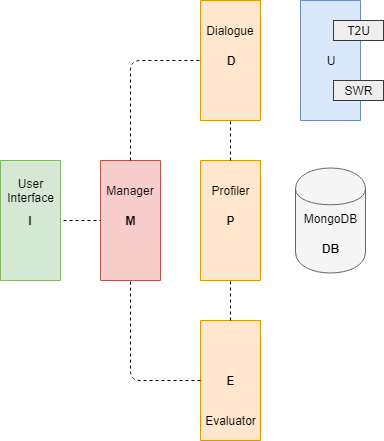
Earlier version of the draw.io export Report/images/leonardo-architeture.png (diisnc/Dialog_Agent_1819). Source tidied: cells renumbered, new cells last; positions are measured from the earlier drawing's top-left corner, leaving out a move shared by most shapes. The source it was exported from:
```xml
<mxGraphModel>
  <root>
    <mxCell id="0" />
    <mxCell id="1" parent="0" />
    <mxCell id="2" style="shape=cylinder;whiteSpace=wrap;html=1;boundedLbl=1;backgroundOutline=1;fillColor=#f5f5f5;strokeColor=#666666;fontColor=#333333;" parent="1" vertex="1">
      <mxGeometry x="325" y="147.5" width="70" height="105" as="geometry" />
    </mxCell>
    <mxCell id="3" style="rounded=0;whiteSpace=wrap;html=1;rotation=90;fillColor=#d5e8d4;strokeColor=#82b366;" parent="1" vertex="1">
      <mxGeometry y="170" width="120" height="60" as="geometry" />
    </mxCell>
    <mxCell id="4" style="rounded=0;whiteSpace=wrap;html=1;rotation=90;fillColor=#f8cecc;strokeColor=#b85450;" parent="1" vertex="1">
      <mxGeometry x="100" y="170" width="120" height="60" as="geometry" />
    </mxCell>
    <mxCell id="5" style="rounded=0;whiteSpace=wrap;html=1;rotation=90;fillColor=#ffe6cc;strokeColor=#d79b00;" parent="1" vertex="1">
      <mxGeometry x="200" y="170" width="120" height="60" as="geometry" />
    </mxCell>
    <mxCell id="6" style="rounded=0;whiteSpace=wrap;html=1;rotation=90;fillColor=#ffe6cc;strokeColor=#d79b00;" parent="1" vertex="1">
      <mxGeometry x="200" y="10" width="120" height="60" as="geometry" />
    </mxCell>
    <mxCell id="7" style="rounded=0;whiteSpace=wrap;html=1;rotation=90;fillColor=#ffe6cc;strokeColor=#d79b00;" parent="1" vertex="1">
      <mxGeometry x="200" y="330" width="120" height="60" as="geometry" />
    </mxCell>
    <mxCell id="8" style="rounded=0;whiteSpace=wrap;html=1;rotation=90;fillColor=#dae8fc;strokeColor=#6c8ebf;" parent="1" vertex="1">
      <mxGeometry x="300" y="10" width="120" height="60" as="geometry" />
    </mxCell>
    <mxCell id="9" value="I" style="text;html=1;strokeColor=none;fillColor=none;align=center;verticalAlign=middle;whiteSpace=wrap;rounded=0;fontStyle=1;" parent="1" vertex="1">
      <mxGeometry x="40" y="190" width="40" height="20" as="geometry" />
    </mxCell>
    <mxCell id="10" value="M" style="text;html=1;strokeColor=none;fillColor=none;align=center;verticalAlign=middle;whiteSpace=wrap;rounded=0;fontStyle=1;" parent="1" vertex="1">
      <mxGeometry x="140" y="190" width="40" height="20" as="geometry" />
    </mxCell>
    <mxCell id="11" value="P" style="text;html=1;strokeColor=none;fillColor=none;align=center;verticalAlign=middle;whiteSpace=wrap;rounded=0;fontStyle=1;" parent="1" vertex="1">
      <mxGeometry x="240" y="190" width="40" height="20" as="geometry" />
    </mxCell>
    <mxCell id="12" value="D" style="text;html=1;strokeColor=none;fillColor=none;align=center;verticalAlign=middle;whiteSpace=wrap;rounded=0;fontStyle=1;" parent="1" vertex="1">
      <mxGeometry x="240" y="30" width="40" height="20" as="geometry" />
    </mxCell>
    <mxCell id="13" value="E" style="text;html=1;strokeColor=none;fillColor=none;align=center;verticalAlign=middle;whiteSpace=wrap;rounded=0;fontStyle=1;" parent="1" vertex="1">
      <mxGeometry x="240" y="350" width="40" height="20" as="geometry" />
    </mxCell>
    <mxCell id="14" value="U" style="text;html=1;strokeColor=none;fillColor=none;align=center;verticalAlign=middle;whiteSpace=wrap;rounded=0;" parent="1" vertex="1">
      <mxGeometry x="340" y="30" width="40" height="20" as="geometry" />
    </mxCell>
    <mxCell id="15" value="DB" style="text;html=1;strokeColor=none;fillColor=none;align=center;verticalAlign=middle;whiteSpace=wrap;rounded=0;fontStyle=1;" parent="1" vertex="1">
      <mxGeometry x="340" y="217.5" width="40" height="20" as="geometry" />
    </mxCell>
    <mxCell id="16" value="User Interface" style="text;html=1;strokeColor=none;fillColor=none;align=center;verticalAlign=middle;whiteSpace=wrap;rounded=0;" parent="1" vertex="1">
      <mxGeometry x="40" y="160" width="40" height="20" as="geometry" />
    </mxCell>
    <mxCell id="17" value="Manager" style="text;html=1;strokeColor=none;fillColor=none;align=center;verticalAlign=middle;whiteSpace=wrap;rounded=0;" parent="1" vertex="1">
      <mxGeometry x="140" y="160" width="40" height="20" as="geometry" />
    </mxCell>
    <mxCell id="18" value="Dialogue" style="text;html=1;strokeColor=none;fillColor=none;align=center;verticalAlign=middle;whiteSpace=wrap;rounded=0;" parent="1" vertex="1">
      <mxGeometry x="240" width="40" height="20" as="geometry" />
    </mxCell>
    <mxCell id="19" value="Evaluator" style="text;html=1;strokeColor=none;fillColor=none;align=center;verticalAlign=middle;whiteSpace=wrap;rounded=0;" parent="1" vertex="1">
      <mxGeometry x="240" y="390" width="40" height="20" as="geometry" />
    </mxCell>
    <mxCell id="20" value="Profiler" style="text;html=1;strokeColor=none;fillColor=none;align=center;verticalAlign=middle;whiteSpace=wrap;rounded=0;" parent="1" vertex="1">
      <mxGeometry x="240" y="160" width="40" height="20" as="geometry" />
    </mxCell>
    <mxCell id="21" style="rounded=0;whiteSpace=wrap;html=1;fillColor=#eeeeee;strokeColor=#36393d;" parent="1" vertex="1">
      <mxGeometry x="363" width="50" height="20" as="geometry" />
    </mxCell>
    <mxCell id="22" style="rounded=0;whiteSpace=wrap;html=1;fillColor=#eeeeee;strokeColor=#36393d;" parent="1" vertex="1">
      <mxGeometry x="363" y="60" width="50" height="20" as="geometry" />
    </mxCell>
    <mxCell id="23" value="T2U" style="text;html=1;strokeColor=none;fillColor=none;align=center;verticalAlign=middle;whiteSpace=wrap;rounded=0;" parent="1" vertex="1">
      <mxGeometry x="368" width="40" height="20" as="geometry" />
    </mxCell>
    <mxCell id="24" value="SWR" style="text;html=1;strokeColor=none;fillColor=none;align=center;verticalAlign=middle;whiteSpace=wrap;rounded=0;" parent="1" vertex="1">
      <mxGeometry x="368" y="60" width="40" height="20" as="geometry" />
    </mxCell>
    <mxCell id="25" style="endArrow=none;dashed=1;html=1;exitX=0;exitY=0.5;exitDx=0;exitDy=0;entryX=0.5;entryY=1;entryDx=0;entryDy=0;" parent="1" edge="1" source="4" target="6">
      <mxGeometry relative="1" as="geometry">
        <Array as="points">
          <mxPoint x="160" y="40" />
        </Array>
      </mxGeometry>
    </mxCell>
    <mxCell id="26" style="endArrow=none;dashed=1;html=1;entryX=1;entryY=0.5;entryDx=0;entryDy=0;exitX=0.5;exitY=1;exitDx=0;exitDy=0;" parent="1" edge="1" source="7" target="4">
      <mxGeometry relative="1" as="geometry">
        <Array as="points">
          <mxPoint x="160" y="360" />
        </Array>
      </mxGeometry>
    </mxCell>
    <mxCell id="27" style="endArrow=none;dashed=1;html=1;entryX=1;entryY=0.5;entryDx=0;entryDy=0;exitX=0;exitY=0.5;exitDx=0;exitDy=0;" parent="1" edge="1" source="7" target="5">
      <mxGeometry relative="1" as="geometry" />
    </mxCell>
    <mxCell id="28" style="endArrow=none;dashed=1;html=1;entryX=1;entryY=0.5;entryDx=0;entryDy=0;exitX=0;exitY=0.5;exitDx=0;exitDy=0;" parent="1" edge="1" source="5" target="6">
      <mxGeometry relative="1" as="geometry" />
    </mxCell>
    <mxCell id="29" style="endArrow=none;dashed=1;html=1;entryX=0.5;entryY=1;entryDx=0;entryDy=0;" parent="1" edge="1" target="4">
      <mxGeometry relative="1" as="geometry">
        <mxPoint x="93" y="200" as="sourcePoint" />
      </mxGeometry>
    </mxCell>
    <mxCell id="30" value="MongoDB" style="text;html=1;strokeColor=none;fillColor=none;align=center;verticalAlign=middle;whiteSpace=wrap;rounded=0;" parent="1" vertex="1">
      <mxGeometry x="340" y="187.5" width="40" height="20" as="geometry" />
    </mxCell>
  </root>
</mxGraphModel>
```
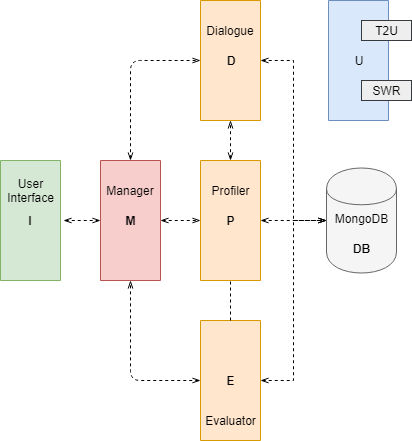
Later version of the same file.

Change to the diagram source:
```diff
@@ -3,25 +3,37 @@
     <mxCell id="0" />
     <mxCell id="1" parent="0" />
     <mxCell id="2" style="shape=cylinder;whiteSpace=wrap;html=1;boundedLbl=1;backgroundOutline=1;fillColor=#f5f5f5;strokeColor=#666666;fontColor=#333333;" parent="1" vertex="1">
-      <mxGeometry x="325" y="147.5" width="70" height="105" as="geometry" />
+      <mxGeometry x="356" y="147.5" width="70" height="105" as="geometry" />
     </mxCell>
     <mxCell id="3" style="rounded=0;whiteSpace=wrap;html=1;rotation=90;fillColor=#d5e8d4;strokeColor=#82b366;" parent="1" vertex="1">
       <mxGeometry y="170" width="120" height="60" as="geometry" />
     </mxCell>
+    <mxCell id="31" style="edgeStyle=orthogonalEdgeStyle;rounded=0;jettySize=auto;html=1;exitX=0.5;exitY=0;exitDx=0;exitDy=0;entryX=0.5;entryY=1;entryDx=0;entryDy=0;endArrow=openThin;endFill=0;dashed=1;startArrow=openThin;startFill=0;" parent="1" edge="1" source="4" target="5">
+      <mxGeometry relative="1" as="geometry" />
+    </mxCell>
     <mxCell id="4" style="rounded=0;whiteSpace=wrap;html=1;rotation=90;fillColor=#f8cecc;strokeColor=#b85450;" parent="1" vertex="1">
       <mxGeometry x="100" y="170" width="120" height="60" as="geometry" />
     </mxCell>
+    <mxCell id="32" style="edgeStyle=orthogonalEdgeStyle;rounded=0;jettySize=auto;html=1;exitX=0.5;exitY=0;exitDx=0;exitDy=0;entryX=0;entryY=0.5;entryDx=0;entryDy=0;dashed=1;startArrow=openThin;startFill=0;endArrow=openThin;endFill=0;" parent="1" edge="1" source="5" target="2">
+      <mxGeometry relative="1" as="geometry" />
+    </mxCell>
     <mxCell id="5" style="rounded=0;whiteSpace=wrap;html=1;rotation=90;fillColor=#ffe6cc;strokeColor=#d79b00;" parent="1" vertex="1">
       <mxGeometry x="200" y="170" width="120" height="60" as="geometry" />
     </mxCell>
+    <mxCell id="33" style="edgeStyle=orthogonalEdgeStyle;rounded=0;jettySize=auto;html=1;exitX=0.5;exitY=0;exitDx=0;exitDy=0;entryX=0;entryY=0.5;entryDx=0;entryDy=0;dashed=1;startArrow=openThin;startFill=0;endArrow=openThin;endFill=0;" parent="1" edge="1" source="6" target="2">
+      <mxGeometry relative="1" as="geometry" />
+    </mxCell>
     <mxCell id="6" style="rounded=0;whiteSpace=wrap;html=1;rotation=90;fillColor=#ffe6cc;strokeColor=#d79b00;" parent="1" vertex="1">
       <mxGeometry x="200" y="10" width="120" height="60" as="geometry" />
     </mxCell>
+    <mxCell id="34" style="edgeStyle=orthogonalEdgeStyle;rounded=0;jettySize=auto;html=1;exitX=0.5;exitY=0;exitDx=0;exitDy=0;entryX=0;entryY=0.5;entryDx=0;entryDy=0;dashed=1;startArrow=openThin;startFill=0;endArrow=openThin;endFill=0;" parent="1" edge="1" source="7" target="2">
+      <mxGeometry relative="1" as="geometry" />
+    </mxCell>
     <mxCell id="7" style="rounded=0;whiteSpace=wrap;html=1;rotation=90;fillColor=#ffe6cc;strokeColor=#d79b00;" parent="1" vertex="1">
       <mxGeometry x="200" y="330" width="120" height="60" as="geometry" />
     </mxCell>
     <mxCell id="8" style="rounded=0;whiteSpace=wrap;html=1;rotation=90;fillColor=#dae8fc;strokeColor=#6c8ebf;" parent="1" vertex="1">
-      <mxGeometry x="300" y="10" width="120" height="60" as="geometry" />
+      <mxGeometry x="328" y="10" width="120" height="60" as="geometry" />
     </mxCell>
     <mxCell id="9" value="I" style="text;html=1;strokeColor=none;fillColor=none;align=center;verticalAlign=middle;whiteSpace=wrap;rounded=0;fontStyle=1;" parent="1" vertex="1">
       <mxGeometry x="40" y="190" width="40" height="20" as="geometry" />
@@ -39,10 +51,10 @@
       <mxGeometry x="240" y="350" width="40" height="20" as="geometry" />
     </mxCell>
     <mxCell id="14" value="U" style="text;html=1;strokeColor=none;fillColor=none;align=center;verticalAlign=middle;whiteSpace=wrap;rounded=0;" parent="1" vertex="1">
-      <mxGeometry x="340" y="30" width="40" height="20" as="geometry" />
+      <mxGeometry x="368" y="30" width="40" height="20" as="geometry" />
     </mxCell>
     <mxCell id="15" value="DB" style="text;html=1;strokeColor=none;fillColor=none;align=center;verticalAlign=middle;whiteSpace=wrap;rounded=0;fontStyle=1;" parent="1" vertex="1">
-      <mxGeometry x="340" y="217.5" width="40" height="20" as="geometry" />
+      <mxGeometry x="371" y="217.5" width="40" height="20" as="geometry" />
     </mxCell>
     <mxCell id="16" value="User Interface" style="text;html=1;strokeColor=none;fillColor=none;align=center;verticalAlign=middle;whiteSpace=wrap;rounded=0;" parent="1" vertex="1">
       <mxGeometry x="40" y="160" width="40" height="20" as="geometry" />
@@ -60,25 +72,25 @@
       <mxGeometry x="240" y="160" width="40" height="20" as="geometry" />
     </mxCell>
     <mxCell id="21" style="rounded=0;whiteSpace=wrap;html=1;fillColor=#eeeeee;strokeColor=#36393d;" parent="1" vertex="1">
-      <mxGeometry x="363" width="50" height="20" as="geometry" />
+      <mxGeometry x="391" width="50" height="20" as="geometry" />
     </mxCell>
     <mxCell id="22" style="rounded=0;whiteSpace=wrap;html=1;fillColor=#eeeeee;strokeColor=#36393d;" parent="1" vertex="1">
-      <mxGeometry x="363" y="60" width="50" height="20" as="geometry" />
+      <mxGeometry x="391" y="60" width="50" height="20" as="geometry" />
     </mxCell>
     <mxCell id="23" value="T2U" style="text;html=1;strokeColor=none;fillColor=none;align=center;verticalAlign=middle;whiteSpace=wrap;rounded=0;" parent="1" vertex="1">
-      <mxGeometry x="368" width="40" height="20" as="geometry" />
+      <mxGeometry x="396" width="40" height="20" as="geometry" />
     </mxCell>
     <mxCell id="24" value="SWR" style="text;html=1;strokeColor=none;fillColor=none;align=center;verticalAlign=middle;whiteSpace=wrap;rounded=0;" parent="1" vertex="1">
-      <mxGeometry x="368" y="60" width="40" height="20" as="geometry" />
+      <mxGeometry x="396" y="60" width="40" height="20" as="geometry" />
     </mxCell>
-    <mxCell id="25" style="endArrow=none;dashed=1;html=1;exitX=0;exitY=0.5;exitDx=0;exitDy=0;entryX=0.5;entryY=1;entryDx=0;entryDy=0;" parent="1" edge="1" source="4" target="6">
+    <mxCell id="25" style="endArrow=openThin;dashed=1;html=1;exitX=0;exitY=0.5;exitDx=0;exitDy=0;entryX=0.5;entryY=1;entryDx=0;entryDy=0;endFill=0;startArrow=openThin;startFill=0;" parent="1" edge="1" source="4" target="6">
       <mxGeometry relative="1" as="geometry">
         <Array as="points">
           <mxPoint x="160" y="40" />
         </Array>
       </mxGeometry>
     </mxCell>
-    <mxCell id="26" style="endArrow=none;dashed=1;html=1;entryX=1;entryY=0.5;entryDx=0;entryDy=0;exitX=0.5;exitY=1;exitDx=0;exitDy=0;" parent="1" edge="1" source="7" target="4">
+    <mxCell id="26" style="endArrow=openThin;dashed=1;html=1;entryX=1;entryY=0.5;entryDx=0;entryDy=0;exitX=0.5;exitY=1;exitDx=0;exitDy=0;startArrow=openThin;startFill=0;endFill=0;" parent="1" edge="1" source="7" target="4">
       <mxGeometry relative="1" as="geometry">
         <Array as="points">
           <mxPoint x="160" y="360" />
@@ -88,16 +100,16 @@
     <mxCell id="27" style="endArrow=none;dashed=1;html=1;entryX=1;entryY=0.5;entryDx=0;entryDy=0;exitX=0;exitY=0.5;exitDx=0;exitDy=0;" parent="1" edge="1" source="7" target="5">
       <mxGeometry relative="1" as="geometry" />
     </mxCell>
-    <mxCell id="28" style="endArrow=none;dashed=1;html=1;entryX=1;entryY=0.5;entryDx=0;entryDy=0;exitX=0;exitY=0.5;exitDx=0;exitDy=0;" parent="1" edge="1" source="5" target="6">
+    <mxCell id="28" style="endArrow=openThin;dashed=1;html=1;entryX=1;entryY=0.5;entryDx=0;entryDy=0;exitX=0;exitY=0.5;exitDx=0;exitDy=0;startArrow=openThin;startFill=0;endFill=0;" parent="1" edge="1" source="5" target="6">
       <mxGeometry relative="1" as="geometry" />
     </mxCell>
-    <mxCell id="29" style="endArrow=none;dashed=1;html=1;entryX=0.5;entryY=1;entryDx=0;entryDy=0;" parent="1" edge="1" target="4">
+    <mxCell id="29" style="endArrow=openThin;dashed=1;html=1;entryX=0.5;entryY=1;entryDx=0;entryDy=0;startArrow=openThin;startFill=0;endFill=0;" parent="1" edge="1" target="4">
       <mxGeometry relative="1" as="geometry">
         <mxPoint x="93" y="200" as="sourcePoint" />
       </mxGeometry>
     </mxCell>
     <mxCell id="30" value="MongoDB" style="text;html=1;strokeColor=none;fillColor=none;align=center;verticalAlign=middle;whiteSpace=wrap;rounded=0;" parent="1" vertex="1">
-      <mxGeometry x="340" y="187.5" width="40" height="20" as="geometry" />
+      <mxGeometry x="371" y="187.5" width="40" height="20" as="geometry" />
     </mxCell>
   </root>
 </mxGraphModel>
```
